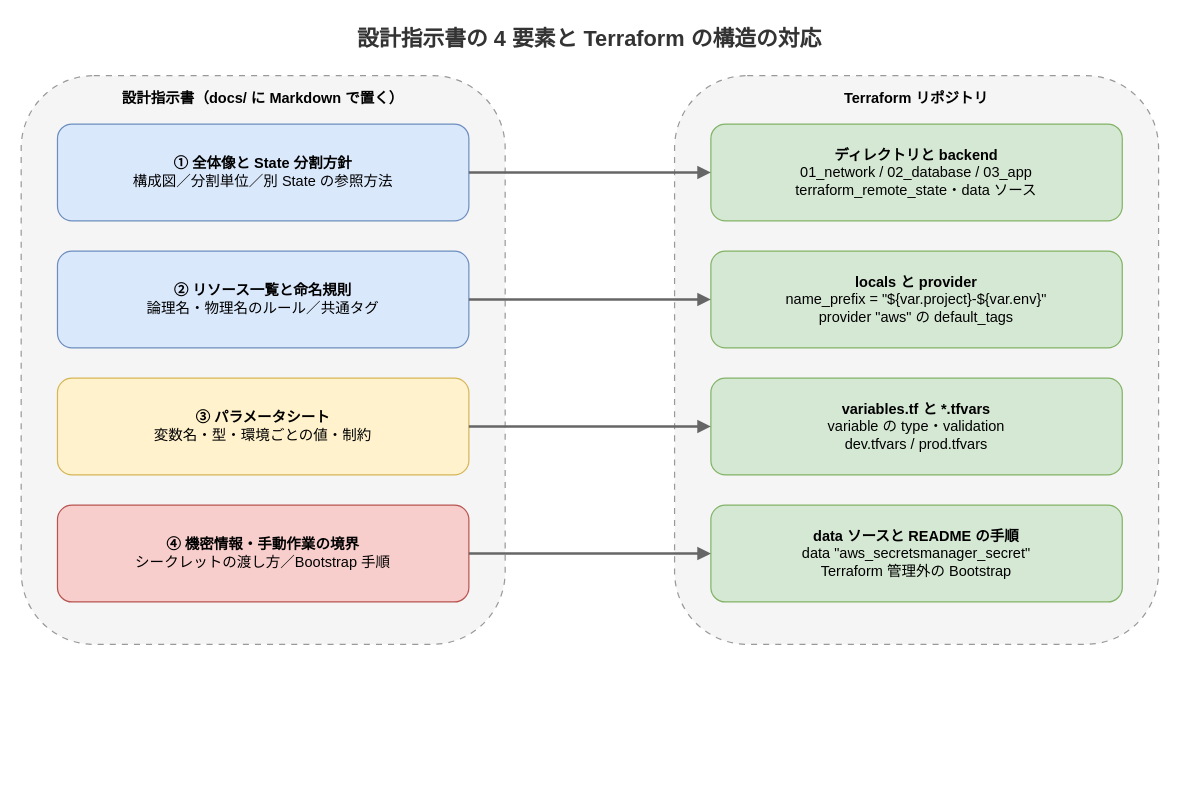
Before: static/images/terraform-aws-design-spec-mapping.drawio in hdknr/blogs, a draw.io diagram. Source tidied: cells renumbered, new cells numbered last; positions are measured from the earlier drawing's top-left corner, leaving out a move shared by most shapes. Both pictures are drawn from the tidied source at 121%, with x=0, y=0 at pixel (21, 21).
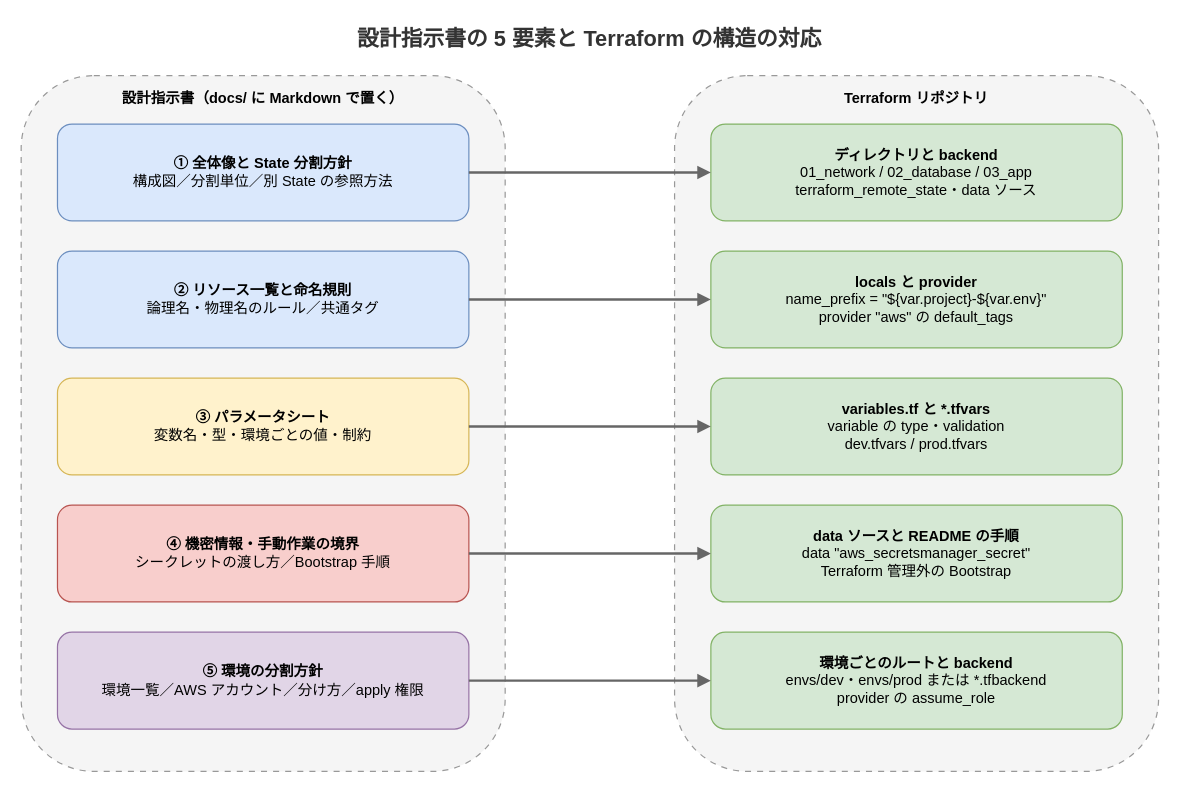
After the change.

Commit message (it also covers changes not shown here):
Add environment split (5th element) and operational guidance to Terraform design spec post

- ⑤ 環境の分割方針: アカウントとルートの対応、共有リソースのルート、State バックエンド、バージョン固定、3 つの分け方
- ① terraform_remote_state は State 全体の読み取り権限が要る点と SSM Parameter Store による公開
- 運用を見据えた指示: ignore_changes、共有モジュールと -target、plan の期待値、置き換えの下流影響、terraform test
- AI エージェントに apply / State 操作の承認ルールを渡す
- 構成図を 5 要素に更新

Diff of the diagram source:
```diff
@@
 <mxGraphModel>
   <root>
     <mxCell id="0" />
     <mxCell id="1" parent="0" />
-    <mxCell id="2" value="設計指示書の 4 要素と Terraform の構造の対応" style="text;html=1;fontSize=18;fontStyle=1;align=center;verticalAlign=middle;whiteSpace=wrap;fontColor=#333333;" parent="1" vertex="1">
+    <mxCell id="2" value="設計指示書の 5 要素と Terraform の構造の対応" style="text;html=1;fontSize=18;fontStyle=1;align=center;verticalAlign=middle;whiteSpace=wrap;fontColor=#333333;" parent="1" vertex="1">
       <mxGeometry x="170" width="600" height="30" as="geometry" />
     </mxCell>
     <mxCell id="3" value="設計指示書（docs/ に Markdown で置く）" style="rounded=1;whiteSpace=wrap;html=1;fillColor=#f5f5f5;strokeColor=#999999;fontStyle=1;fontSize=12;verticalAlign=top;spacingTop=5;dashed=1;dashPattern=5 5;" parent="1" vertex="1">
-      <mxGeometry y="45" width="400" height="470" as="geometry" />
+      <mxGeometry y="45" width="400" height="575" as="geometry" />
     </mxCell>
     <mxCell id="4" value="Terraform リポジトリ" style="rounded=1;whiteSpace=wrap;html=1;fillColor=#f5f5f5;strokeColor=#999999;fontStyle=1;fontSize=12;verticalAlign=top;spacingTop=5;dashed=1;dashPattern=5 5;" parent="1" vertex="1">
-      <mxGeometry x="540" y="45" width="400" height="470" as="geometry" />
+      <mxGeometry x="540" y="45" width="400" height="575" as="geometry" />
     </mxCell>
     <mxCell id="5" value="&lt;b&gt;① 全体像と State 分割方針&lt;/b&gt;&lt;br&gt;構成図／分割単位／別 State の参照方法" style="rounded=1;whiteSpace=wrap;html=1;fillColor=#dae8fc;strokeColor=#6c8ebf;fontSize=12;" parent="1" vertex="1">
       <mxGeometry x="30" y="85" width="340" height="80" as="geometry" />
     </mxCell>
     <mxCell id="6" value="&lt;b&gt;② リソース一覧と命名規則&lt;/b&gt;&lt;br&gt;論理名・物理名のルール／共通タグ" style="rounded=1;whiteSpace=wrap;html=1;fillColor=#dae8fc;strokeColor=#6c8ebf;fontSize=12;" parent="1" vertex="1">
       <mxGeometry x="30" y="190" width="340" height="80" as="geometry" />
     </mxCell>
     <mxCell id="7" value="&lt;b&gt;③ パラメータシート&lt;/b&gt;&lt;br&gt;変数名・型・環境ごとの値・制約" style="rounded=1;whiteSpace=wrap;html=1;fillColor=#fff2cc;strokeColor=#d6b656;fontSize=12;" parent="1" vertex="1">
       <mxGeometry x="30" y="295" width="340" height="80" as="geometry" />
     </mxCell>
     <mxCell id="8" value="&lt;b&gt;④ 機密情報・手動作業の境界&lt;/b&gt;&lt;br&gt;シークレットの渡し方／Bootstrap 手順" style="rounded=1;whiteSpace=wrap;html=1;fillColor=#f8cecc;strokeColor=#b85450;fontSize=12;" parent="1" vertex="1">
       <mxGeometry x="30" y="400" width="340" height="80" as="geometry" />
     </mxCell>
     <mxCell id="9" value="&lt;b&gt;ディレクトリと backend&lt;/b&gt;&lt;br&gt;01_network / 02_database / 03_app&lt;br&gt;terraform_remote_state・data ソース" style="rounded=1;whiteSpace=wrap;html=1;fillColor=#d5e8d4;strokeColor=#82b366;fontSize=12;" parent="1" vertex="1">
       <mxGeometry x="570" y="85" width="340" height="80" as="geometry" />
     </mxCell>
     <mxCell id="10" value="&lt;b&gt;locals と provider&lt;/b&gt;&lt;br&gt;name_prefix = &quot;${var.project}-${var.env}&quot;&lt;br&gt;provider &quot;aws&quot; の default_tags" style="rounded=1;whiteSpace=wrap;html=1;fillColor=#d5e8d4;strokeColor=#82b366;fontSize=12;" parent="1" vertex="1">
       <mxGeometry x="570" y="190" width="340" height="80" as="geometry" />
     </mxCell>
     <mxCell id="11" value="&lt;b&gt;variables.tf と *.tfvars&lt;/b&gt;&lt;br&gt;variable の type・validation&lt;br&gt;dev.tfvars / prod.tfvars" style="rounded=1;whiteSpace=wrap;html=1;fillColor=#d5e8d4;strokeColor=#82b366;fontSize=12;" parent="1" vertex="1">
       <mxGeometry x="570" y="295" width="340" height="80" as="geometry" />
     </mxCell>
     <mxCell id="12" value="&lt;b&gt;data ソースと README の手順&lt;/b&gt;&lt;br&gt;data &quot;aws_secretsmanager_secret&quot;&lt;br&gt;Terraform 管理外の Bootstrap" style="rounded=1;whiteSpace=wrap;html=1;fillColor=#d5e8d4;strokeColor=#82b366;fontSize=12;" parent="1" vertex="1">
       <mxGeometry x="570" y="400" width="340" height="80" as="geometry" />
     </mxCell>
+    <mxCell id="17" value="&lt;b&gt;⑤ 環境の分割方針&lt;/b&gt;&lt;br&gt;環境一覧／AWS アカウント／分け方／apply 権限" style="rounded=1;whiteSpace=wrap;html=1;fillColor=#e1d5e7;strokeColor=#9673a6;fontSize=12;" parent="1" vertex="1">
+      <mxGeometry x="30" y="505" width="340" height="80" as="geometry" />
+    </mxCell>
+    <mxCell id="18" value="&lt;b&gt;環境ごとのルートと backend&lt;/b&gt;&lt;br&gt;envs/dev・envs/prod または *.tfbackend&lt;br&gt;provider の assume_role" style="rounded=1;whiteSpace=wrap;html=1;fillColor=#d5e8d4;strokeColor=#82b366;fontSize=12;" parent="1" vertex="1">
+      <mxGeometry x="570" y="505" width="340" height="80" as="geometry" />
+    </mxCell>
+    <mxCell id="19" style="edgeStyle=orthogonalEdgeStyle;rounded=0;html=1;strokeColor=#666666;strokeWidth=2;endArrow=block;endFill=1;" parent="1" edge="1" source="17" target="18">
+      <mxGeometry relative="1" as="geometry" />
+    </mxCell>
     <mxCell id="13" style="edgeStyle=orthogonalEdgeStyle;rounded=0;html=1;strokeColor=#666666;strokeWidth=2;endArrow=block;endFill=1;" parent="1" edge="1" source="5" target="9">
       <mxGeometry relative="1" as="geometry" />
     </mxCell>
     <mxCell id="14" style="edgeStyle=orthogonalEdgeStyle;rounded=0;html=1;strokeColor=#666666;strokeWidth=2;endArrow=block;endFill=1;" parent="1" edge="1" source="6" target="10">
       <mxGeometry relative="1" as="geometry" />
     </mxCell>
     <mxCell id="15" style="edgeStyle=orthogonalEdgeStyle;rounded=0;html=1;strokeColor=#666666;strokeWidth=2;endArrow=block;endFill=1;" parent="1" edge="1" source="7" target="11">
       <mxGeometry relative="1" as="geometry" />
     </mxCell>
     <mxCell id="16" style="edgeStyle=orthogonalEdgeStyle;rounded=0;html=1;strokeColor=#666666;strokeWidth=2;endArrow=block;endFill=1;" parent="1" edge="1" source="8" target="12">
       <mxGeometry relative="1" as="geometry" />
     </mxCell>
   </root>
 </mxGraphModel>
```
